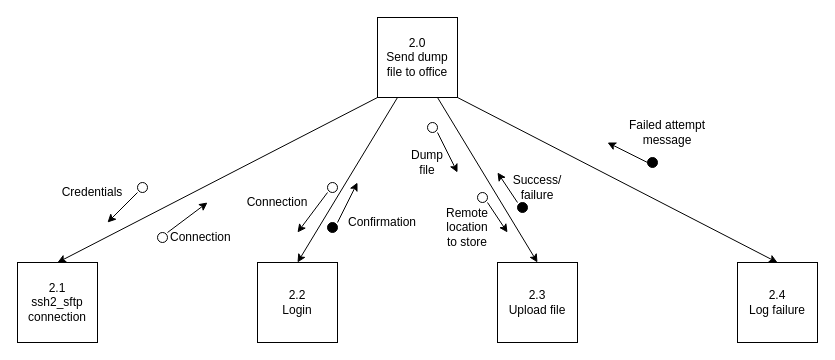
Harlento/SchedulingSystem keeps this draw.io diagram as Diagrams/StructureCharts/Untitled SFTPStructDia.drawio. Above is the earlier version. Source tidied: cells renumbered, new cells numbered last; positions are measured from the earlier drawing's top-left corner, leaving out a move shared by most shapes. Both pictures are drawn from the tidied source at 100%, with x=0, y=0 at pixel (17, 17).
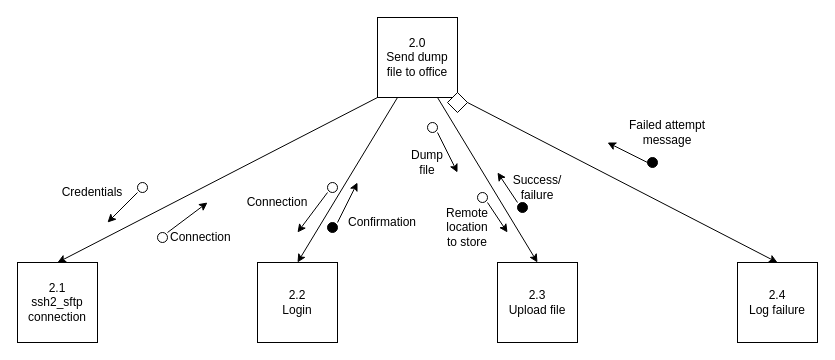
The same diagram, later.

Unchanged cells that the change refers to:
```xml
<mxCell id="2" value="2.0&lt;br&gt;Send dump file to office" style="whiteSpace=wrap;html=1;" parent="1" vertex="1">
  <mxGeometry x="360" width="80" height="80" as="geometry" />
</mxCell>
<mxCell id="13" value="2.4&lt;br&gt;Log failure" style="whiteSpace=wrap;html=1;" parent="1" vertex="1">
  <mxGeometry x="720" y="245" width="80" height="80" as="geometry" />
</mxCell>
```

Diff of the diagram source:
```diff
@@
-    <mxCell id="14" style="endArrow=classic;html=1;exitX=1;exitY=1;exitDx=0;exitDy=0;entryX=0.5;entryY=0;entryDx=0;entryDy=0;" parent="1" edge="1" source="2" target="13">
+    <mxCell id="14" style="endArrow=classic;html=1;entryX=0.5;entryY=0;entryDx=0;entryDy=0;exitX=1;exitY=0.5;exitDx=0;exitDy=0;" parent="1" edge="1" source="35" target="13">
       <mxGeometry relative="1" as="geometry" />
     </mxCell>
@@
+    <mxCell id="35" style="rhombus;whiteSpace=wrap;html=1;fillColor=#FFFFFF;" parent="1" vertex="1">
+      <mxGeometry x="430" y="75" width="20" height="20" as="geometry" />
+    </mxCell>
```
